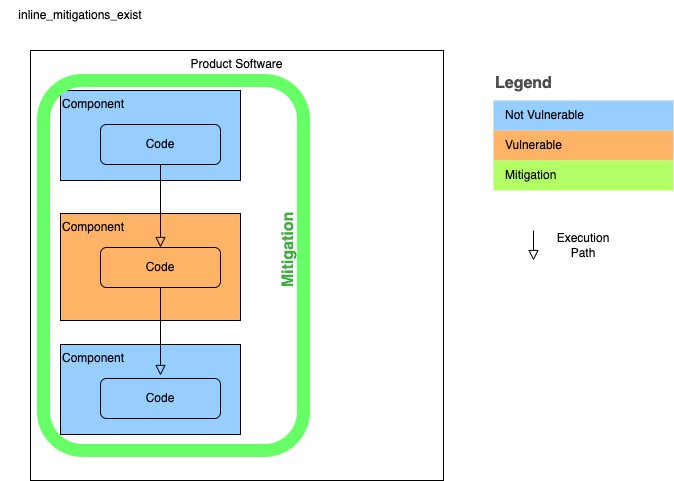
nishakm/VexStatusJustificationDiagrams keeps this draw.io diagram as 3.7-inline_mitigations_exist.b.drawio.png. Above is the earlier version. Source tidied: cells renumbered, new cells last; positions are measured from the earlier drawing's top-left corner, leaving out a move shared by most shapes. The source it was exported from:
```xml
<mxGraphModel>
  <root>
    <mxCell id="0" />
    <mxCell id="1" parent="0" />
    <mxCell id="2" value="inline_mitigations_exist" style="text;html=1;strokeColor=none;fillColor=none;align=center;verticalAlign=middle;whiteSpace=wrap;rounded=0;" parent="1" vertex="1">
      <mxGeometry width="160" height="30" as="geometry" />
    </mxCell>
    <mxCell id="3" value="Product Software" style="rounded=0;whiteSpace=wrap;html=1;verticalAlign=top;" parent="1" vertex="1">
      <mxGeometry x="30" y="50" width="413" height="430" as="geometry" />
    </mxCell>
    <mxCell id="4" value="Component" style="rounded=0;whiteSpace=wrap;html=1;verticalAlign=top;align=left;fillColor=#96ceff;" parent="1" vertex="1">
      <mxGeometry x="60" y="90" width="180" height="90" as="geometry" />
    </mxCell>
    <mxCell id="5" value="Code" style="rounded=1;whiteSpace=wrap;html=1;fontSize=12;glass=0;strokeWidth=1;shadow=0;fillColor=#96ceff;" parent="1" vertex="1">
      <mxGeometry x="100" y="124" width="120" height="40" as="geometry" />
    </mxCell>
    <mxCell id="6" value="Component" style="rounded=0;whiteSpace=wrap;html=1;verticalAlign=top;align=left;fillColor=#FFB366;" parent="1" vertex="1">
      <mxGeometry x="60" y="213" width="180" height="107" as="geometry" />
    </mxCell>
    <mxCell id="7" value="Code" style="rounded=1;whiteSpace=wrap;html=1;fontSize=12;glass=0;strokeWidth=1;shadow=0;fillColor=#FFB366;" parent="1" vertex="1">
      <mxGeometry x="100" y="247" width="120" height="40" as="geometry" />
    </mxCell>
    <mxCell id="8" value="Component" style="rounded=0;whiteSpace=wrap;html=1;verticalAlign=top;align=left;fillColor=#96ceff;" parent="1" vertex="1">
      <mxGeometry x="60" y="344" width="180" height="90" as="geometry" />
    </mxCell>
    <mxCell id="9" value="Code" style="rounded=1;whiteSpace=wrap;html=1;fontSize=12;glass=0;strokeWidth=1;shadow=0;fillColor=#96ceff;" parent="1" vertex="1">
      <mxGeometry x="100" y="378" width="120" height="40" as="geometry" />
    </mxCell>
    <mxCell id="10" value="Legend" style="align=left;fontSize=16;fontStyle=1;strokeColor=none;fillColor=none;fontColor=#4D4D4D;spacingTop=-8;" parent="1" vertex="1">
      <mxGeometry x="493" y="70" width="180" height="30" as="geometry" />
    </mxCell>
    <mxCell id="11" style="shape=table;html=1;whiteSpace=wrap;startSize=0;fillColor=none;align=left;spacingLeft=10;strokeColor=none;rounded=1;arcSize=11;fontColor=#FFFFFF;" parent="1" vertex="1">
      <mxGeometry x="493" y="100" width="180" height="90" as="geometry" />
    </mxCell>
    <mxCell id="12" value="&lt;font color=&quot;#000000&quot;&gt;Not Vulnerable&lt;/font&gt;" style="shape=partialRectangle;html=1;whiteSpace=wrap;fillColor=#96ceff;top=0;left=0;bottom=0;right=0;overflow=hidden;align=left;spacingLeft=10;fontColor=#FFFFFF;" parent="11" vertex="1">
      <mxGeometry width="180" height="30" as="geometry" />
    </mxCell>
    <mxCell id="13" value="&lt;font color=&quot;#000000&quot;&gt;Vulnerable&lt;/font&gt;" style="shape=partialRectangle;html=1;whiteSpace=wrap;fillColor=#FFB366;top=0;left=0;bottom=0;right=0;overflow=hidden;align=left;spacingLeft=10;fontColor=#FFFFFF;" parent="11" vertex="1">
      <mxGeometry y="30" width="180" height="30" as="geometry" />
    </mxCell>
    <mxCell id="14" value="&lt;font color=&quot;#000000&quot;&gt;Mitigation&lt;/font&gt;" style="shape=partialRectangle;html=1;whiteSpace=wrap;fillColor=#B3FF66;top=0;left=0;bottom=0;right=0;overflow=hidden;align=left;spacingLeft=10;fontColor=#FFFFFF;" parent="11" vertex="1">
      <mxGeometry y="60" width="180" height="30" as="geometry" />
    </mxCell>
    <mxCell id="15" style="rounded=0;html=1;jettySize=auto;orthogonalLoop=1;fontSize=11;endArrow=block;endFill=0;endSize=8;strokeWidth=1;shadow=0;labelBackgroundColor=none;edgeStyle=orthogonalEdgeStyle;" parent="1" edge="1">
      <mxGeometry relative="1" as="geometry">
        <mxPoint x="533" y="230" as="sourcePoint" />
        <mxPoint x="533" y="260" as="targetPoint" />
      </mxGeometry>
    </mxCell>
    <mxCell id="16" value="Execution Path" style="text;html=1;strokeColor=none;fillColor=none;align=center;verticalAlign=middle;whiteSpace=wrap;rounded=0;" parent="1" vertex="1">
      <mxGeometry x="553" y="230" width="60" height="30" as="geometry" />
    </mxCell>
    <mxCell id="17" style="rounded=1;whiteSpace=wrap;html=1;fontSize=12;glass=0;strokeWidth=13;shadow=0;fillColor=none;strokeColor=#66FF66;" parent="1" vertex="1">
      <mxGeometry x="43" y="80" width="260" height="370" as="geometry" />
    </mxCell>
    <mxCell id="18" style="rounded=0;html=1;jettySize=auto;fontSize=11;endArrow=block;endFill=0;endSize=8;strokeWidth=1;shadow=0;labelBackgroundColor=none;edgeStyle=orthogonalEdgeStyle;entryX=0.5;entryY=0;entryDx=0;entryDy=0;exitX=0.5;exitY=1;exitDx=0;exitDy=0;" parent="1" edge="1" source="5" target="7">
      <mxGeometry relative="1" as="geometry" />
    </mxCell>
    <mxCell id="19" style="rounded=0;html=1;jettySize=auto;fontSize=11;endArrow=block;endFill=0;endSize=8;strokeWidth=1;shadow=0;labelBackgroundColor=none;edgeStyle=orthogonalEdgeStyle;exitX=0.5;exitY=1;exitDx=0;exitDy=0;" parent="1" edge="1" source="7">
      <mxGeometry relative="1" as="geometry">
        <mxPoint x="160" y="375" as="targetPoint" />
      </mxGeometry>
    </mxCell>
    <mxCell id="20" value="Mitigation" style="text;html=1;align=center;verticalAlign=middle;strokeColor=none;fillColor=none;rotation=-90;fontColor=#44AB44;fontStyle=1;fontSize=16;" parent="1" vertex="1">
      <mxGeometry x="243" y="240" width="90" height="20" as="geometry" />
    </mxCell>
  </root>
</mxGraphModel>
```
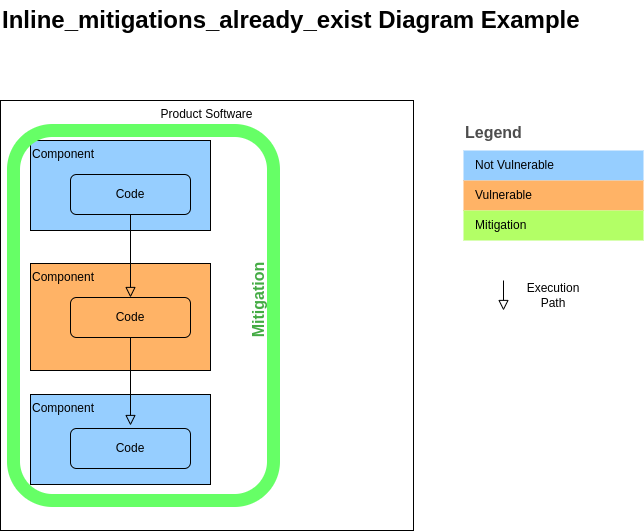
The same diagram one commit later.

Change to the diagram source:
```diff
@@ -2,9 +2,6 @@
   <root>
     <mxCell id="0" />
     <mxCell id="1" parent="0" />
-    <mxCell id="2" value="inline_mitigations_exist" style="text;html=1;strokeColor=none;fillColor=none;align=center;verticalAlign=middle;whiteSpace=wrap;rounded=0;" parent="1" vertex="1">
-      <mxGeometry width="160" height="30" as="geometry" />
-    </mxCell>
     <mxCell id="3" value="Product Software" style="rounded=0;whiteSpace=wrap;html=1;verticalAlign=top;" parent="1" vertex="1">
       <mxGeometry x="30" y="50" width="413" height="430" as="geometry" />
     </mxCell>
@@ -64,5 +61,8 @@
     <mxCell id="20" value="Mitigation" style="text;html=1;align=center;verticalAlign=middle;strokeColor=none;fillColor=none;rotation=-90;fontColor=#44AB44;fontStyle=1;fontSize=16;" parent="1" vertex="1">
       <mxGeometry x="243" y="240" width="90" height="20" as="geometry" />
     </mxCell>
+    <mxCell id="21" value="Inline_mitigations_already_exist Diagram Example" style="text;strokeColor=none;fillColor=none;html=1;fontSize=24;fontStyle=1;verticalAlign=middle;align=left;" parent="1" vertex="1">
+      <mxGeometry x="30" y="-50" width="613" height="40" as="geometry" />
+    </mxCell>
   </root>
 </mxGraphModel>
```
